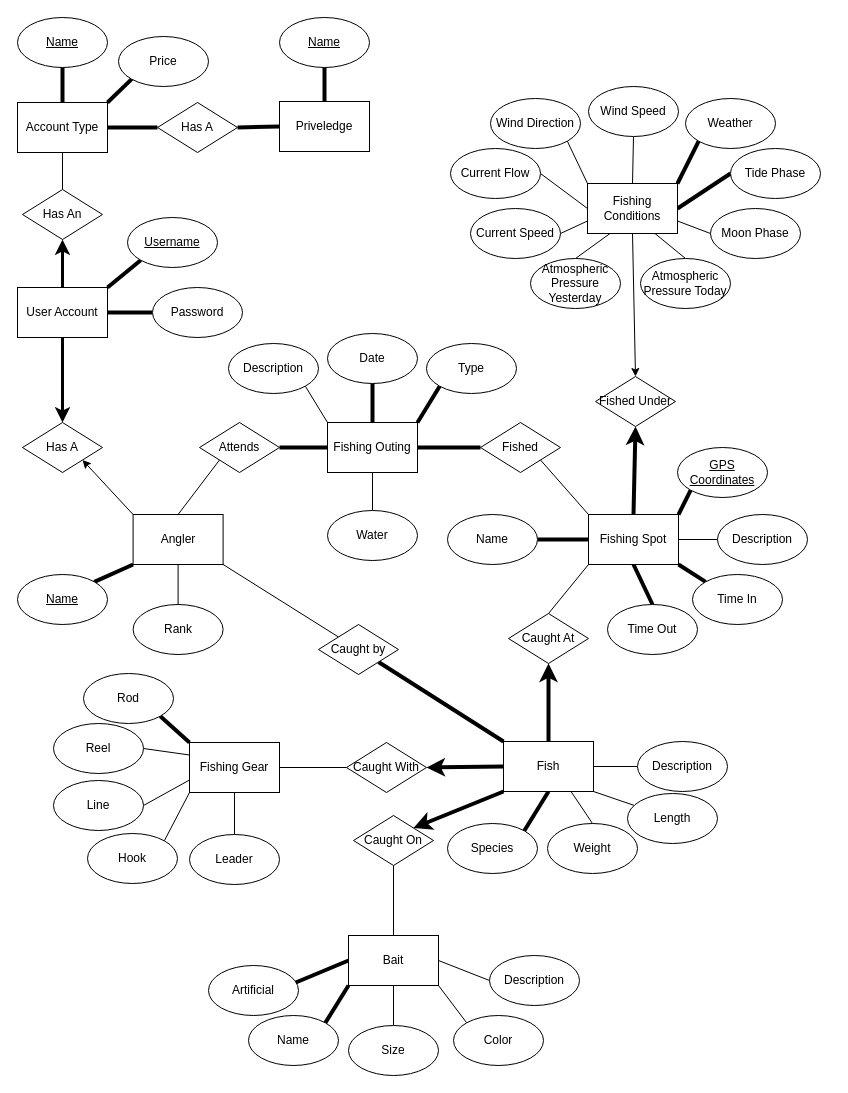
Above: fishing.drawio in rjmcginness/FishingStories (draw.io), before the change. Source tidied: cells renumbered, new cells numbered last; positions are measured from the earlier drawing's top-left corner, leaving out a move shared by most shapes. Both pictures are drawn from the tidied source at 100%, with x=0, y=0 at pixel (17, 17).
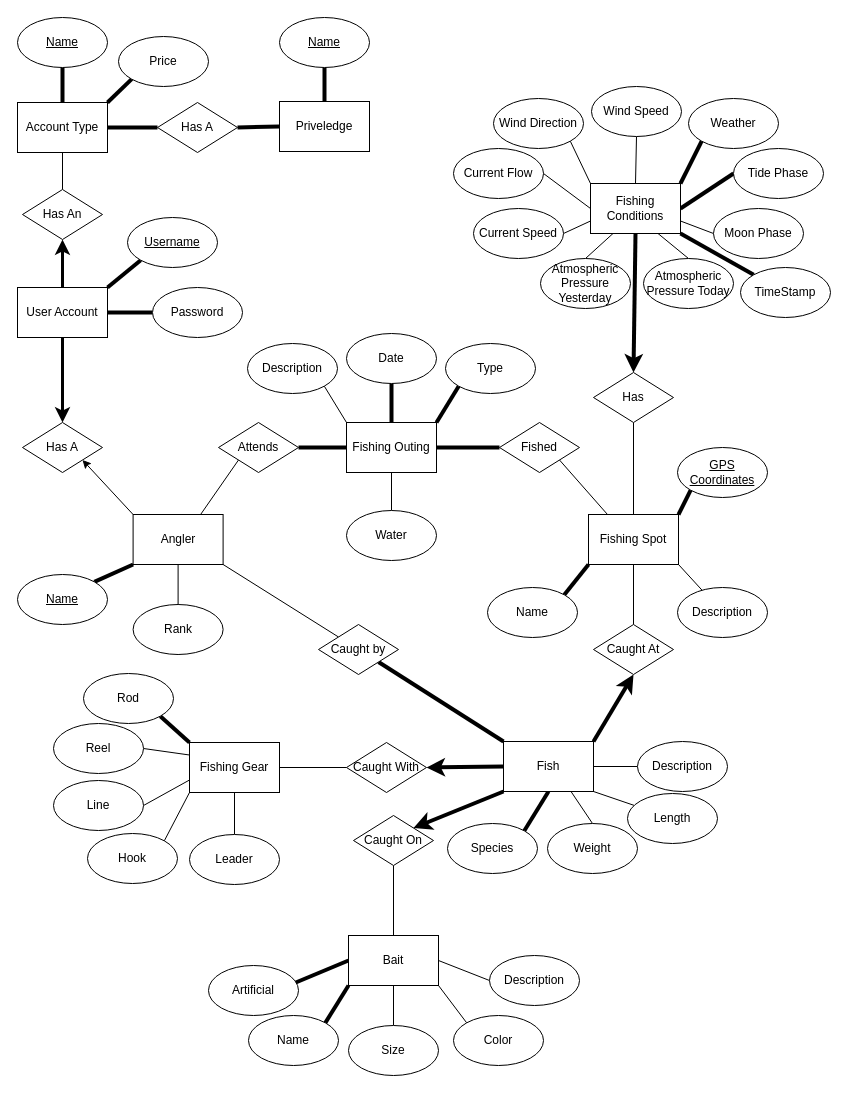
The same page after the edit.

The change refers to these unchanged cells:
```xml
<mxCell id="10" value="Fishing Spot" style="rounded=0;whiteSpace=wrap;html=1;" parent="1" vertex="1">
  <mxGeometry x="571" y="497" width="90" height="50" as="geometry" />
</mxCell>
<mxCell id="46" value="Fish" style="rounded=0;whiteSpace=wrap;html=1;" parent="1" vertex="1">
  <mxGeometry x="486" y="724" width="90" height="50" as="geometry" />
</mxCell>
<mxCell id="88" value="Angler" style="rounded=0;whiteSpace=wrap;html=1;" parent="1" vertex="1">
  <mxGeometry x="115.6" y="497" width="90" height="50" as="geometry" />
</mxCell>
```

What changed in the source:
```diff
@@
-    <mxCell id="3" style="edgeStyle=none;html=1;exitX=1;exitY=0.5;exitDx=0;exitDy=0;endArrow=none;endFill=0;strokeWidth=1;" parent="1" edge="1" source="10" target="12">
+    <mxCell id="3" style="edgeStyle=none;html=1;exitX=1;exitY=1;exitDx=0;exitDy=0;endArrow=none;endFill=0;strokeWidth=1;" parent="1" edge="1" source="10" target="12">
       <mxGeometry relative="1" as="geometry" />
     </mxCell>
-    <mxCell id="4" style="edgeStyle=none;html=1;exitX=0;exitY=0.5;exitDx=0;exitDy=0;entryX=1;entryY=0.5;entryDx=0;entryDy=0;endArrow=none;endFill=0;strokeWidth=4;" parent="1" edge="1" source="10" target="13">
+    <mxCell id="4" style="edgeStyle=none;html=1;exitX=0;exitY=1;exitDx=0;exitDy=0;entryX=1;entryY=0;entryDx=0;entryDy=0;endArrow=none;endFill=0;strokeWidth=4;" parent="1" edge="1" source="10" target="13">
       <mxGeometry relative="1" as="geometry" />
     </mxCell>
-    <mxCell id="5" style="edgeStyle=none;html=1;exitX=1;exitY=1;exitDx=0;exitDy=0;entryX=0;entryY=0;entryDx=0;entryDy=0;endArrow=none;endFill=0;strokeWidth=4;" parent="1" edge="1" source="10" target="37">
+    <mxCell id="5" style="edgeStyle=none;html=1;entryX=0;entryY=0;entryDx=0;entryDy=0;endArrow=none;endFill=0;strokeWidth=4;exitX=1;exitY=1;exitDx=0;exitDy=0;" parent="1" edge="1" source="24" target="37">
       <mxGeometry relative="1" as="geometry" />
     </mxCell>
-    <mxCell id="6" style="edgeStyle=none;html=1;exitX=0.5;exitY=1;exitDx=0;exitDy=0;entryX=0.5;entryY=0;entryDx=0;entryDy=0;endArrow=none;endFill=0;strokeWidth=4;" parent="1" edge="1" source="10" target="38">
-      <mxGeometry relative="1" as="geometry" />
-    </mxCell>
-    <mxCell id="7" style="edgeStyle=none;html=1;exitX=0;exitY=0;exitDx=0;exitDy=0;entryX=1;entryY=1;entryDx=0;entryDy=0;endArrow=none;endFill=0;strokeWidth=1;" parent="1" edge="1" source="10" target="39">
-      <mxGeometry relative="1" as="geometry" />
+    <mxCell id="7" style="edgeStyle=none;html=1;exitX=0;exitY=0;exitDx=0;exitDy=0;entryX=1;entryY=1;entryDx=0;entryDy=0;endArrow=none;endFill=0;strokeWidth=1;" parent="1" edge="1" target="39">
+      <mxGeometry relative="1" as="geometry">
+        <mxPoint x="590" y="497" as="sourcePoint" />
+      </mxGeometry>
     </mxCell>
-    <mxCell id="8" style="edgeStyle=none;html=1;exitX=0;exitY=1;exitDx=0;exitDy=0;entryX=0.5;entryY=0;entryDx=0;entryDy=0;endArrow=none;endFill=0;strokeWidth=1;" parent="1" edge="1" source="10" target="48">
+    <mxCell id="8" style="edgeStyle=none;html=1;exitX=0.5;exitY=1;exitDx=0;exitDy=0;entryX=0.5;entryY=0;entryDx=0;entryDy=0;endArrow=none;endFill=0;strokeWidth=1;" parent="1" edge="1" source="10" target="48">
       <mxGeometry relative="1" as="geometry" />
     </mxCell>
-    <mxCell id="9" style="edgeStyle=none;html=1;exitX=0.5;exitY=0;exitDx=0;exitDy=0;endArrow=classic;endFill=1;strokeWidth=4;entryX=0.5;entryY=1;entryDx=0;entryDy=0;" parent="1" edge="1" source="10" target="58">
+    <mxCell id="9" style="edgeStyle=none;html=1;exitX=0.5;exitY=0;exitDx=0;exitDy=0;endArrow=none;endFill=0;strokeWidth=1;entryX=0.5;entryY=1;entryDx=0;entryDy=0;" parent="1" edge="1" source="10" target="58">
       <mxGeometry relative="1" as="geometry" />
     </mxCell>
@@
     <mxCell id="12" value="Description" style="ellipse;whiteSpace=wrap;html=1;" parent="1" vertex="1">
-      <mxGeometry x="700" y="497" width="90" height="50" as="geometry" />
+      <mxGeometry x="660" y="570" width="90" height="50" as="geometry" />
     </mxCell>
     <mxCell id="13" value="Name" style="ellipse;whiteSpace=wrap;html=1;" parent="1" vertex="1">
-      <mxGeometry x="430" y="497" width="90" height="50" as="geometry" />
+      <mxGeometry x="470" y="570" width="90" height="50" as="geometry" />
     </mxCell>
@@
-    <mxCell id="20" style="edgeStyle=none;html=1;exitX=0.5;exitY=1;exitDx=0;exitDy=0;entryX=0.5;entryY=0;entryDx=0;entryDy=0;endArrow=classic;endFill=1;strokeWidth=1;" parent="1" edge="1" source="24" target="58">
+    <mxCell id="20" style="edgeStyle=none;html=1;exitX=0.5;exitY=1;exitDx=0;exitDy=0;entryX=0.5;entryY=0;entryDx=0;entryDy=0;endArrow=classic;endFill=1;strokeWidth=4;" parent="1" edge="1" source="24" target="58">
       <mxGeometry relative="1" as="geometry" />
     </mxCell>
@@
     <mxCell id="24" value="Fishing Conditions" style="rounded=0;whiteSpace=wrap;html=1;" parent="1" vertex="1">
-      <mxGeometry x="570" y="166" width="90" height="50" as="geometry" />
+      <mxGeometry x="573" y="166" width="90" height="50" as="geometry" />
     </mxCell>
     <mxCell id="25" value="Weather" style="ellipse;whiteSpace=wrap;html=1;" parent="1" vertex="1">
-      <mxGeometry x="668" y="81" width="90" height="50" as="geometry" />
+      <mxGeometry x="671" y="81" width="90" height="50" as="geometry" />
     </mxCell>
     <mxCell id="26" value="Wind Speed" style="ellipse;whiteSpace=wrap;html=1;" parent="1" vertex="1">
-      <mxGeometry x="571" y="69" width="90" height="50" as="geometry" />
+      <mxGeometry x="574" y="69" width="90" height="50" as="geometry" />
     </mxCell>
     <mxCell id="27" value="Wind Direction" style="ellipse;whiteSpace=wrap;html=1;" parent="1" vertex="1">
-      <mxGeometry x="473" y="81" width="90" height="50" as="geometry" />
+      <mxGeometry x="476" y="81" width="90" height="50" as="geometry" />
     </mxCell>
     <mxCell id="28" value="Tide Phase" style="ellipse;whiteSpace=wrap;html=1;" parent="1" vertex="1">
-      <mxGeometry x="713" y="131" width="90" height="50" as="geometry" />
+      <mxGeometry x="716" y="131" width="90" height="50" as="geometry" />
     </mxCell>
     <mxCell id="29" value="Current Speed" style="ellipse;whiteSpace=wrap;html=1;" parent="1" vertex="1">
-      <mxGeometry x="453" y="191" width="90" height="50" as="geometry" />
+      <mxGeometry x="456" y="191" width="90" height="50" as="geometry" />
     </mxCell>
     <mxCell id="30" value="Current Flow" style="ellipse;whiteSpace=wrap;html=1;" parent="1" vertex="1">
-      <mxGeometry x="433" y="131" width="90" height="50" as="geometry" />
+      <mxGeometry x="436" y="131" width="90" height="50" as="geometry" />
     </mxCell>
@@
     <mxCell id="36" value="Fishing Outing" style="rounded=0;whiteSpace=wrap;html=1;" parent="1" vertex="1">
-      <mxGeometry x="310" y="405" width="90" height="50" as="geometry" />
+      <mxGeometry x="329" y="405" width="90" height="50" as="geometry" />
     </mxCell>
-    <mxCell id="37" value="Time In" style="ellipse;whiteSpace=wrap;html=1;" parent="1" vertex="1">
-      <mxGeometry x="675" y="557" width="90" height="50" as="geometry" />
+    <mxCell id="37" value="TimeStamp" style="ellipse;whiteSpace=wrap;html=1;" parent="1" vertex="1">
+      <mxGeometry x="723" y="250" width="90" height="50" as="geometry" />
     </mxCell>
-    <mxCell id="38" value="Time Out" style="ellipse;whiteSpace=wrap;html=1;" parent="1" vertex="1">
-      <mxGeometry x="590" y="587" width="90" height="50" as="geometry" />
-    </mxCell>
     <mxCell id="39" value="Fished" style="rhombus;whiteSpace=wrap;html=1;" parent="1" vertex="1">
-      <mxGeometry x="463" y="405" width="80" height="50" as="geometry" />
+      <mxGeometry x="482" y="405" width="80" height="50" as="geometry" />
     </mxCell>
@@
-    <mxCell id="47" style="edgeStyle=none;html=1;entryX=0.5;entryY=0;entryDx=0;entryDy=0;endArrow=none;endFill=0;strokeWidth=4;startArrow=classic;startFill=1;exitX=0.5;exitY=1;exitDx=0;exitDy=0;" parent="1" edge="1" source="48" target="46">
+    <mxCell id="47" style="edgeStyle=none;html=1;entryX=1;entryY=0;entryDx=0;entryDy=0;endArrow=none;endFill=0;strokeWidth=4;startArrow=classic;startFill=1;exitX=0.5;exitY=1;exitDx=0;exitDy=0;" parent="1" edge="1" source="48" target="46">
       <mxGeometry relative="1" as="geometry" />
     </mxCell>
     <mxCell id="48" value="Caught At" style="rhombus;whiteSpace=wrap;html=1;" parent="1" vertex="1">
-      <mxGeometry x="491" y="596" width="80" height="50" as="geometry" />
+      <mxGeometry x="576" y="607" width="80" height="50" as="geometry" />
     </mxCell>
@@
     <mxCell id="54" value="Date" style="ellipse;whiteSpace=wrap;html=1;" parent="1" vertex="1">
-      <mxGeometry x="310" y="316" width="90" height="50" as="geometry" />
+      <mxGeometry x="329" y="316" width="90" height="50" as="geometry" />
     </mxCell>
     <mxCell id="55" value="Description" style="ellipse;whiteSpace=wrap;html=1;" parent="1" vertex="1">
-      <mxGeometry x="211" y="326" width="90" height="50" as="geometry" />
+      <mxGeometry x="230" y="326" width="90" height="50" as="geometry" />
     </mxCell>
     <mxCell id="56" value="Type" style="ellipse;whiteSpace=wrap;html=1;" parent="1" vertex="1">
-      <mxGeometry x="409" y="326" width="90" height="50" as="geometry" />
+      <mxGeometry x="428" y="326" width="90" height="50" as="geometry" />
     </mxCell>
     <mxCell id="57" value="Water" style="ellipse;whiteSpace=wrap;html=1;" parent="1" vertex="1">
-      <mxGeometry x="310" y="493" width="90" height="50" as="geometry" />
+      <mxGeometry x="329" y="493" width="90" height="50" as="geometry" />
     </mxCell>
-    <mxCell id="58" value="Fished Under" style="rhombus;whiteSpace=wrap;html=1;" parent="1" vertex="1">
-      <mxGeometry x="578" y="359" width="80" height="50" as="geometry" />
+    <mxCell id="58" value="Has" style="rhombus;whiteSpace=wrap;html=1;" parent="1" vertex="1">
+      <mxGeometry x="576" y="355" width="80" height="50" as="geometry" />
     </mxCell>
@@
     <mxCell id="85" value="Moon Phase" style="ellipse;whiteSpace=wrap;html=1;" parent="1" vertex="1">
-      <mxGeometry x="693" y="191" width="90" height="50" as="geometry" />
+      <mxGeometry x="696" y="191" width="90" height="50" as="geometry" />
     </mxCell>
     <mxCell id="86" value="Atmospheric Pressure Today" style="ellipse;whiteSpace=wrap;html=1;" parent="1" vertex="1">
-      <mxGeometry x="623" y="241" width="90" height="50" as="geometry" />
+      <mxGeometry x="626" y="241" width="90" height="50" as="geometry" />
     </mxCell>
     <mxCell id="87" value="Atmospheric Pressure Yesterday" style="ellipse;whiteSpace=wrap;html=1;" parent="1" vertex="1">
-      <mxGeometry x="513" y="241" width="90" height="50" as="geometry" />
+      <mxGeometry x="523" y="241" width="90" height="50" as="geometry" />
     </mxCell>
@@
-    <mxCell id="90" style="edgeStyle=none;html=1;exitX=0;exitY=1;exitDx=0;exitDy=0;entryX=0.5;entryY=0;entryDx=0;entryDy=0;endArrow=none;endFill=0;" parent="1" edge="1" source="91" target="88">
+    <mxCell id="90" style="edgeStyle=none;html=1;exitX=0;exitY=1;exitDx=0;exitDy=0;entryX=0.75;entryY=0;entryDx=0;entryDy=0;endArrow=none;endFill=0;" parent="1" edge="1" source="91" target="88">
       <mxGeometry relative="1" as="geometry" />
     </mxCell>
     <mxCell id="91" value="Attends" style="rhombus;whiteSpace=wrap;html=1;" parent="1" vertex="1">
-      <mxGeometry x="182" y="405" width="80" height="50" as="geometry" />
+      <mxGeometry x="201" y="405" width="80" height="50" as="geometry" />
     </mxCell>
```
